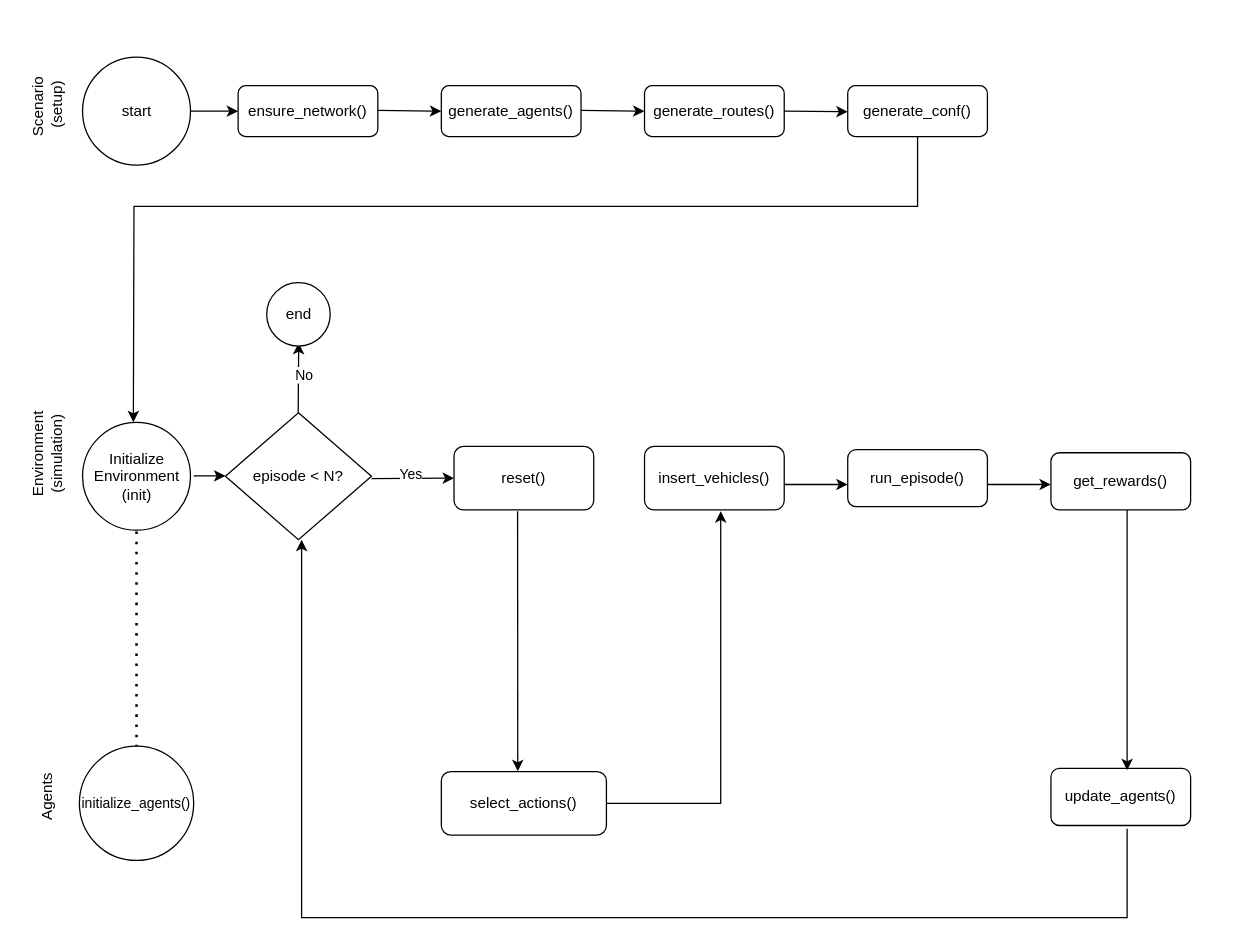
MiguelDonado/TFM_TraSIrr keeps this draw.io diagram as Thesis.drawio. Above is the earlier version. Source tidied: cells renumbered, new cells numbered last; positions are measured from the earlier drawing's top-left corner, leaving out a move shared by most shapes. Both pictures are drawn from the tidied source at 127%, with x=0, y=0 at pixel (-36, 56).
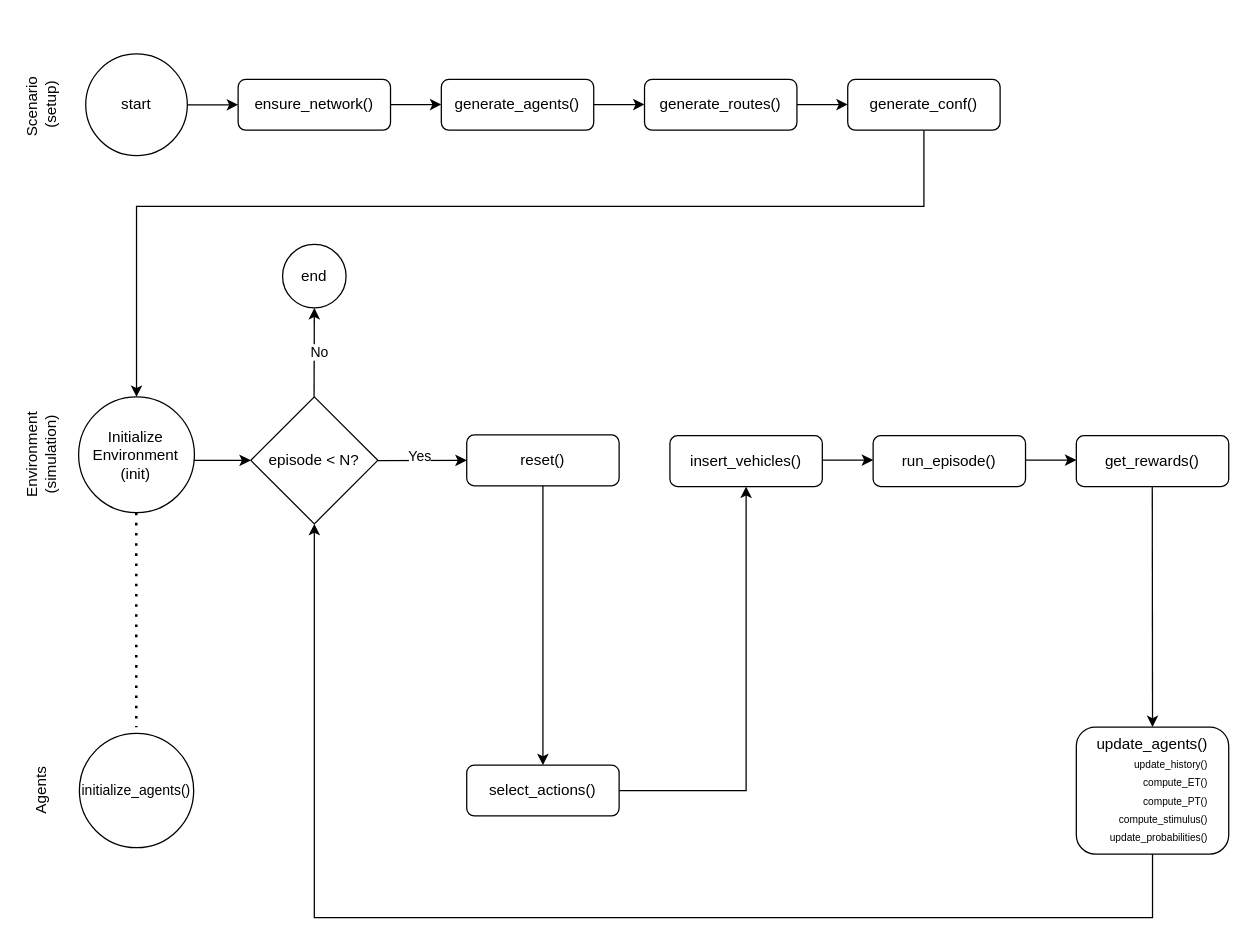
Above is the later version.

The edit, as a diff of the source:
```diff
@@
-<mxGraphModel>
+<mxGraphModel background="#ffffff">
@@
+    <mxCell id="23" value="reset()" style="rounded=1;whiteSpace=wrap;html=1;" parent="1" vertex="1">
+      <mxGeometry x="395" y="298" width="120" height="40" as="geometry" />
+    </mxCell>
+    <mxCell id="41" style="rounded=1;whiteSpace=wrap;html=1;" parent="1" vertex="1">
+      <mxGeometry x="695" y="18" width="120" height="40" as="geometry" />
+    </mxCell>
+    <mxCell id="42" style="rounded=1;whiteSpace=wrap;html=1;" parent="1" vertex="1">
+      <mxGeometry x="535" y="18" width="120" height="40" as="geometry" />
+    </mxCell>
+    <mxCell id="43" style="rounded=1;whiteSpace=wrap;html=1;" parent="1" vertex="1">
+      <mxGeometry x="375" y="18" width="120" height="40" as="geometry" />
+    </mxCell>
     <mxCell id="2" value="start" style="ellipse;whiteSpace=wrap;html=1;" parent="1" vertex="1">
-      <mxGeometry x="92.5" y="0.5" width="85" height="85" as="geometry" />
+      <mxGeometry x="95" y="-2" width="80" height="80" as="geometry" />
     </mxCell>
     <mxCell id="3" value="&lt;div&gt;Scenario&amp;nbsp;&lt;/div&gt;&lt;div&gt;(setup)&lt;/div&gt;" style="text;html=1;whiteSpace=wrap;strokeColor=none;fillColor=none;align=center;verticalAlign=middle;rounded=0;rotation=-90;" parent="1" vertex="1">
-      <mxGeometry y="23" width="130" height="30" as="geometry" />
+      <mxGeometry x="-5" y="23" width="130" height="30" as="geometry" />
     </mxCell>
     <mxCell id="4" style="rounded=1;whiteSpace=wrap;html=1;" parent="1" vertex="1">
-      <mxGeometry x="215" y="23" width="110" height="40" as="geometry" />
+      <mxGeometry x="215" y="18" width="120" height="40" as="geometry" />
     </mxCell>
     <mxCell id="5" value="ensure_network()" style="text;html=1;whiteSpace=wrap;strokeColor=none;fillColor=none;align=center;verticalAlign=middle;rounded=0;" parent="1" vertex="1">
-      <mxGeometry x="220" y="28" width="100" height="30" as="geometry" />
+      <mxGeometry x="225" y="23" width="100" height="30" as="geometry" />
     </mxCell>
-    <mxCell id="6" style="endArrow=classic;html=1;rounded=0;entryX=0;entryY=0.5;entryDx=0;entryDy=0;" parent="1" edge="1">
-      <mxGeometry relative="1" as="geometry">
-        <mxPoint x="325" y="42.5" as="sourcePoint" />
-        <mxPoint x="375" y="43" as="targetPoint" />
-      </mxGeometry>
-    </mxCell>
-    <mxCell id="7" style="rounded=1;whiteSpace=wrap;html=1;" parent="1" vertex="1">
-      <mxGeometry x="375" y="23" width="110" height="40" as="geometry" />
-    </mxCell>
     <mxCell id="8" value="generate_agents()" style="text;html=1;whiteSpace=wrap;strokeColor=none;fillColor=none;align=center;verticalAlign=middle;rounded=0;" parent="1" vertex="1">
-      <mxGeometry x="375" y="28" width="110" height="30" as="geometry" />
+      <mxGeometry x="380" y="23" width="110" height="30" as="geometry" />
     </mxCell>
-    <mxCell id="9" style="endArrow=classic;html=1;rounded=0;entryX=0;entryY=0.5;entryDx=0;entryDy=0;exitX=1;exitY=0.5;exitDx=0;exitDy=0;" parent="1" edge="1" source="2">
-      <mxGeometry relative="1" as="geometry">
-        <mxPoint x="215" y="43" as="targetPoint" />
-      </mxGeometry>
+    <mxCell id="9" style="endArrow=classic;html=1;rounded=0;entryX=0;entryY=0.5;entryDx=0;entryDy=0;exitX=1;exitY=0.5;exitDx=0;exitDy=0;" parent="1" edge="1" source="2" target="4">
+      <mxGeometry relative="1" as="geometry" />
     </mxCell>
-    <mxCell id="10" style="rounded=1;whiteSpace=wrap;html=1;" parent="1" vertex="1">
-      <mxGeometry x="535" y="23" width="110" height="40" as="geometry" />
-    </mxCell>
     <mxCell id="11" value="generate_routes()" style="text;html=1;whiteSpace=wrap;strokeColor=none;fillColor=none;align=center;verticalAlign=middle;rounded=0;" parent="1" vertex="1">
-      <mxGeometry x="535" y="28" width="110" height="30" as="geometry" />
+      <mxGeometry x="540" y="23" width="110" height="30" as="geometry" />
     </mxCell>
-    <mxCell id="12" style="endArrow=classic;html=1;rounded=0;entryX=0;entryY=0.5;entryDx=0;entryDy=0;" parent="1" edge="1">
-      <mxGeometry relative="1" as="geometry">
-        <mxPoint x="485" y="42.5" as="sourcePoint" />
-        <mxPoint x="535" y="43" as="targetPoint" />
-      </mxGeometry>
-    </mxCell>
-    <mxCell id="13" style="rounded=1;whiteSpace=wrap;html=1;" parent="1" vertex="1">
-      <mxGeometry x="695" y="23" width="110" height="40" as="geometry" />
-    </mxCell>
     <mxCell id="14" value="generate_conf()" style="text;html=1;whiteSpace=wrap;strokeColor=none;fillColor=none;align=center;verticalAlign=middle;rounded=0;" parent="1" vertex="1">
-      <mxGeometry x="695" y="28" width="110" height="30" as="geometry" />
+      <mxGeometry x="700" y="23" width="110" height="30" as="geometry" />
     </mxCell>
-    <mxCell id="15" style="endArrow=classic;html=1;rounded=0;entryX=0;entryY=0.5;entryDx=0;entryDy=0;" parent="1" edge="1">
-      <mxGeometry relative="1" as="geometry">
-        <mxPoint x="645" y="43" as="sourcePoint" />
-        <mxPoint x="695" y="43.5" as="targetPoint" />
-      </mxGeometry>
-    </mxCell>
     <mxCell id="16" value="&lt;div&gt;Environment&lt;/div&gt;(simulation)" style="text;html=1;whiteSpace=wrap;strokeColor=none;fillColor=none;align=center;verticalAlign=middle;rounded=0;rotation=-90;" parent="1" vertex="1">
-      <mxGeometry x="5" y="298" width="120" height="30" as="geometry" />
+      <mxGeometry y="298.6" width="120" height="30" as="geometry" />
     </mxCell>
-    <mxCell id="17" value="Initialize Environment&lt;br&gt;(init)" style="ellipse;whiteSpace=wrap;html=1;" parent="1" vertex="1">
-      <mxGeometry x="92.5" y="288" width="85" height="85" as="geometry" />
-    </mxCell>
     <mxCell id="18" value="&lt;div&gt;Agents&lt;/div&gt;" style="text;html=1;whiteSpace=wrap;strokeColor=none;fillColor=none;align=center;verticalAlign=middle;rounded=0;rotation=-90;" parent="1" vertex="1">
-      <mxGeometry x="5" y="568" width="120" height="30" as="geometry" />
+      <mxGeometry y="563" width="120" height="30" as="geometry" />
     </mxCell>
-    <mxCell id="19" style="endArrow=none;dashed=1;html=1;dashPattern=1 3;strokeWidth=2;rounded=0;entryX=0.5;entryY=0;entryDx=0;entryDy=0;" parent="1" edge="1" target="33">
+    <mxCell id="19" style="endArrow=none;dashed=1;html=1;dashPattern=1 3;strokeWidth=2;rounded=0;entryX=0.5;entryY=0;entryDx=0;entryDy=0;" parent="1" edge="1">
       <mxGeometry relative="1" as="geometry">
-        <mxPoint x="135" y="374" as="sourcePoint" />
+        <mxPoint x="134.8" y="359.2" as="sourcePoint" />
+        <mxPoint x="134.8" y="528.2" as="targetPoint" />
       </mxGeometry>
     </mxCell>
     <mxCell id="20" value="episode &amp;lt; N?" style="rhombus;whiteSpace=wrap;html=1;" parent="1" vertex="1">
-      <mxGeometry x="205" y="280.5" width="115" height="100" as="geometry" />
+      <mxGeometry x="225" y="268" width="100" height="100" as="geometry" />
     </mxCell>
     <mxCell id="21" style="endArrow=classic;html=1;rounded=0;" parent="1" edge="1">
       <mxGeometry relative="1" as="geometry">
-        <mxPoint x="320" y="332.4" as="sourcePoint" />
-        <mxPoint x="385" y="332" as="targetPoint" />
+        <mxPoint x="325" y="318.2" as="sourcePoint" />
+        <mxPoint x="395" y="318" as="targetPoint" />
       </mxGeometry>
     </mxCell>
@@
-    <mxCell id="23" value="reset()" style="rounded=1;whiteSpace=wrap;html=1;" parent="1" vertex="1">
-      <mxGeometry x="385" y="307" width="110" height="50" as="geometry" />
-    </mxCell>
-    <mxCell id="24" value="select_actions()" style="rounded=1;whiteSpace=wrap;html=1;" parent="1" vertex="1">
-      <mxGeometry x="375" y="563" width="130" height="50" as="geometry" />
-    </mxCell>
-    <mxCell id="25" value="insert_vehicles()" style="rounded=1;whiteSpace=wrap;html=1;" parent="1" vertex="1">
-      <mxGeometry x="535" y="307" width="110" height="50" as="geometry" />
-    </mxCell>
-    <mxCell id="26" style="endArrow=classic;html=1;rounded=0;" parent="1" edge="1">
-      <mxGeometry relative="1" as="geometry">
-        <mxPoint x="645" y="337" as="sourcePoint" />
-        <mxPoint x="695" y="337" as="targetPoint" />
-      </mxGeometry>
-    </mxCell>
-    <mxCell id="27" value="run_episode()" style="rounded=1;whiteSpace=wrap;html=1;" parent="1" vertex="1">
-      <mxGeometry x="695" y="309.5" width="110" height="45" as="geometry" />
-    </mxCell>
-    <mxCell id="28" style="endArrow=classic;html=1;rounded=0;" parent="1" edge="1">
-      <mxGeometry relative="1" as="geometry">
-        <mxPoint x="805" y="337" as="sourcePoint" />
-        <mxPoint x="855" y="337" as="targetPoint" />
-      </mxGeometry>
-    </mxCell>
-    <mxCell id="29" value="get_rewards()" style="rounded=1;whiteSpace=wrap;html=1;" parent="1" vertex="1">
-      <mxGeometry x="855" y="312" width="110" height="45" as="geometry" />
-    </mxCell>
-    <mxCell id="30" style="endArrow=classic;html=1;rounded=0;entryX=0.5;entryY=1;entryDx=0;entryDy=0;" parent="1" edge="1">
+    <mxCell id="30" style="endArrow=classic;html=1;rounded=0;" parent="1" edge="1">
       <mxGeometry relative="1" as="geometry">
-        <mxPoint x="262.3" y="280.5" as="sourcePoint" />
-        <mxPoint x="262.7" y="225.5" as="targetPoint" />
+        <mxPoint x="274.8" y="268" as="sourcePoint" />
+        <mxPoint x="275" y="198" as="targetPoint" />
       </mxGeometry>
     </mxCell>
@@
     <mxCell id="32" value="end" style="ellipse;whiteSpace=wrap;html=1;" parent="1" vertex="1">
-      <mxGeometry x="237.5" y="178" width="50" height="50" as="geometry" />
+      <mxGeometry x="250" y="148" width="50" height="50" as="geometry" />
     </mxCell>
     <mxCell id="33" value="&lt;font style=&quot;font-size: 11px;&quot;&gt;initialize_agents()&lt;/font&gt;" style="ellipse;whiteSpace=wrap;html=1;" parent="1" vertex="1">
-      <mxGeometry x="90" y="543" width="90" height="90" as="geometry" />
+      <mxGeometry x="90" y="533" width="90" height="90" as="geometry" />
     </mxCell>
-    <mxCell id="34" value="update_agents()" style="rounded=1;whiteSpace=wrap;html=1;" parent="1" vertex="1">
-      <mxGeometry x="855" y="560.5" width="110" height="45" as="geometry" />
+    <mxCell id="34" value="&lt;div&gt;update_agents()&lt;/div&gt;&lt;div align=&quot;right&quot;&gt;&lt;font style=&quot;font-size: 8px;&quot;&gt;update_history()&lt;/font&gt;&lt;/div&gt;&lt;div align=&quot;right&quot;&gt;&lt;font style=&quot;font-size: 8px;&quot;&gt;compute_ET()&lt;/font&gt;&lt;/div&gt;&lt;div align=&quot;right&quot;&gt;&lt;font style=&quot;font-size: 8px;&quot;&gt;compute_PT()&lt;/font&gt;&lt;/div&gt;&lt;div align=&quot;right&quot;&gt;&lt;font style=&quot;font-size: 8px;&quot;&gt;compute_stimulus()&lt;/font&gt;&lt;/div&gt;&lt;div align=&quot;right&quot;&gt;&lt;font style=&quot;font-size: 8px;&quot;&gt;update_probabilities()&lt;/font&gt;&lt;/div&gt;" style="rounded=1;whiteSpace=wrap;html=1;" parent="1" vertex="1">
+      <mxGeometry x="875" y="528" width="120" height="100" as="geometry" />
     </mxCell>
-    <mxCell id="35" style="endArrow=classic;html=1;rounded=0;entryX=0;entryY=0.5;entryDx=0;entryDy=0;exitX=1;exitY=0.5;exitDx=0;exitDy=0;" parent="1" edge="1">
-      <mxGeometry relative="1" as="geometry">
-        <mxPoint x="180" y="330.2" as="sourcePoint" />
-        <mxPoint x="205" y="330.2" as="targetPoint" />
-      </mxGeometry>
-    </mxCell>
-    <mxCell id="36" style="endArrow=classic;html=1;rounded=0;exitX=0.455;exitY=1.02;exitDx=0;exitDy=0;exitPerimeter=0;entryX=0.463;entryY=-0.006;entryDx=0;entryDy=0;entryPerimeter=0;" parent="1" edge="1" source="23" target="24">
-      <mxGeometry relative="1" as="geometry" />
+    <mxCell id="36" style="endArrow=classic;html=1;rounded=0;exitX=0.5;exitY=1;exitDx=0;exitDy=0;" parent="1" edge="1" source="23">
+      <mxGeometry relative="1" as="geometry">
+        <mxPoint x="455" y="558" as="targetPoint" />
+      </mxGeometry>
     </mxCell>
-    <mxCell id="37" style="endArrow=classic;html=1;rounded=0;exitX=0.455;exitY=1.02;exitDx=0;exitDy=0;exitPerimeter=0;entryX=0.463;entryY=-0.006;entryDx=0;entryDy=0;entryPerimeter=0;" parent="1" edge="1">
+    <mxCell id="37" style="endArrow=classic;html=1;rounded=0;exitX=0.455;exitY=1.02;exitDx=0;exitDy=0;exitPerimeter=0;entryX=0.5;entryY=0;entryDx=0;entryDy=0;" parent="1" edge="1" target="34">
       <mxGeometry relative="1" as="geometry">
-        <mxPoint x="915" y="357" as="sourcePoint" />
-        <mxPoint x="915" y="562" as="targetPoint" />
+        <mxPoint x="934.8" y="338.6" as="sourcePoint" />
       </mxGeometry>
     </mxCell>
-    <mxCell id="38" style="endArrow=classic;html=1;rounded=0;curved=0;" parent="1" edge="1">
+    <mxCell id="38" style="endArrow=classic;html=1;rounded=0;curved=0;exitX=1;exitY=0.5;exitDx=0;exitDy=0;entryX=0.5;entryY=1;entryDx=0;entryDy=0;" parent="1" edge="1" source="24" target="25">
       <mxGeometry relative="1" as="geometry">
-        <mxPoint x="505" y="588" as="sourcePoint" />
-        <mxPoint x="595" y="358" as="targetPoint" />
         <Array as="points">
-          <mxPoint x="595" y="588" />
+          <mxPoint x="615" y="578" />
         </Array>
       </mxGeometry>
     </mxCell>
-    <mxCell id="39" style="endArrow=classic;html=1;rounded=0;" parent="1" edge="1">
+    <mxCell id="39" style="endArrow=classic;html=1;rounded=0;exitX=0.5;exitY=1;exitDx=0;exitDy=0;entryX=0.5;entryY=1;entryDx=0;entryDy=0;" parent="1" edge="1" source="34" target="20">
       <mxGeometry relative="1" as="geometry">
-        <mxPoint x="915" y="608" as="sourcePoint" />
-        <mxPoint x="265" y="380.5" as="targetPoint" />
         <Array as="points">
-          <mxPoint x="915" y="678" />
-          <mxPoint x="265" y="678" />
+          <mxPoint x="935" y="678" />
+          <mxPoint x="275" y="678" />
         </Array>
       </mxGeometry>
     </mxCell>
-    <mxCell id="40" style="endArrow=classic;html=1;rounded=0;curved=0;entryX=0.5;entryY=0;entryDx=0;entryDy=0;" parent="1" edge="1">
+    <mxCell id="40" style="endArrow=classic;html=1;rounded=0;curved=0;exitX=0.5;exitY=1;exitDx=0;exitDy=0;entryX=0.5;entryY=0;entryDx=0;entryDy=0;" parent="1" edge="1" source="41" target="17">
       <mxGeometry relative="1" as="geometry">
-        <mxPoint x="750" y="63" as="sourcePoint" />
-        <mxPoint x="132.5" y="288" as="targetPoint" />
         <Array as="points">
-          <mxPoint x="750" y="118" />
-          <mxPoint x="133" y="118" />
+          <mxPoint x="755" y="118" />
+          <mxPoint x="135" y="118" />
         </Array>
       </mxGeometry>
     </mxCell>
+    <mxCell id="44" style="endArrow=classic;html=1;rounded=0;entryX=0;entryY=0.451;entryDx=0;entryDy=0;exitX=1;exitY=0.5;exitDx=0;exitDy=0;entryPerimeter=0;" parent="1" edge="1">
+      <mxGeometry relative="1" as="geometry">
+        <mxPoint x="335" y="37.8" as="sourcePoint" />
+        <mxPoint x="375" y="37.8" as="targetPoint" />
+      </mxGeometry>
+    </mxCell>
+    <mxCell id="45" style="endArrow=classic;html=1;rounded=0;entryX=0;entryY=0.451;entryDx=0;entryDy=0;exitX=1;exitY=0.5;exitDx=0;exitDy=0;entryPerimeter=0;" parent="1" edge="1">
+      <mxGeometry relative="1" as="geometry">
+        <mxPoint x="495" y="37.8" as="sourcePoint" />
+        <mxPoint x="535" y="37.8" as="targetPoint" />
+      </mxGeometry>
+    </mxCell>
+    <mxCell id="46" style="endArrow=classic;html=1;rounded=0;entryX=0;entryY=0.451;entryDx=0;entryDy=0;exitX=1;exitY=0.5;exitDx=0;exitDy=0;entryPerimeter=0;" parent="1" edge="1">
+      <mxGeometry relative="1" as="geometry">
+        <mxPoint x="655" y="37.8" as="sourcePoint" />
+        <mxPoint x="695" y="37.8" as="targetPoint" />
+      </mxGeometry>
+    </mxCell>
+    <mxCell id="17" value="Initialize Environment&lt;br&gt;(init)" style="ellipse;whiteSpace=wrap;html=1;" parent="1" vertex="1">
+      <mxGeometry x="89.4" y="268" width="91.2" height="91.2" as="geometry" />
+    </mxCell>
+    <mxCell id="47" style="endArrow=classic;html=1;rounded=0;entryX=0;entryY=0.5;entryDx=0;entryDy=0;exitX=1;exitY=0.5;exitDx=0;exitDy=0;" parent="1" edge="1" target="20">
+      <mxGeometry relative="1" as="geometry">
+        <mxPoint x="180" y="318" as="sourcePoint" />
+      </mxGeometry>
+    </mxCell>
+    <mxCell id="24" value="select_actions()" style="rounded=1;whiteSpace=wrap;html=1;" parent="1" vertex="1">
+      <mxGeometry x="395" y="558" width="120" height="40" as="geometry" />
+    </mxCell>
+    <mxCell id="25" value="insert_vehicles()" style="rounded=1;whiteSpace=wrap;html=1;" parent="1" vertex="1">
+      <mxGeometry x="555" y="298.6" width="120" height="40" as="geometry" />
+    </mxCell>
+    <mxCell id="48" style="endArrow=classic;html=1;rounded=0;entryX=0;entryY=0.451;entryDx=0;entryDy=0;exitX=1;exitY=0.5;exitDx=0;exitDy=0;entryPerimeter=0;" parent="1" edge="1">
+      <mxGeometry relative="1" as="geometry">
+        <mxPoint x="675" y="317.8" as="sourcePoint" />
+        <mxPoint x="715" y="317.8" as="targetPoint" />
+      </mxGeometry>
+    </mxCell>
+    <mxCell id="27" value="run_episode()" style="rounded=1;whiteSpace=wrap;html=1;" parent="1" vertex="1">
+      <mxGeometry x="715" y="298.6" width="120" height="40" as="geometry" />
+    </mxCell>
+    <mxCell id="49" style="endArrow=classic;html=1;rounded=0;entryX=0;entryY=0.451;entryDx=0;entryDy=0;exitX=1;exitY=0.5;exitDx=0;exitDy=0;entryPerimeter=0;" parent="1" edge="1">
+      <mxGeometry relative="1" as="geometry">
+        <mxPoint x="835" y="317.8" as="sourcePoint" />
+        <mxPoint x="875" y="317.8" as="targetPoint" />
+      </mxGeometry>
+    </mxCell>
+    <mxCell id="29" value="get_rewards()" style="rounded=1;whiteSpace=wrap;html=1;" parent="1" vertex="1">
+      <mxGeometry x="875" y="298.6" width="120" height="40" as="geometry" />
+    </mxCell>
```
